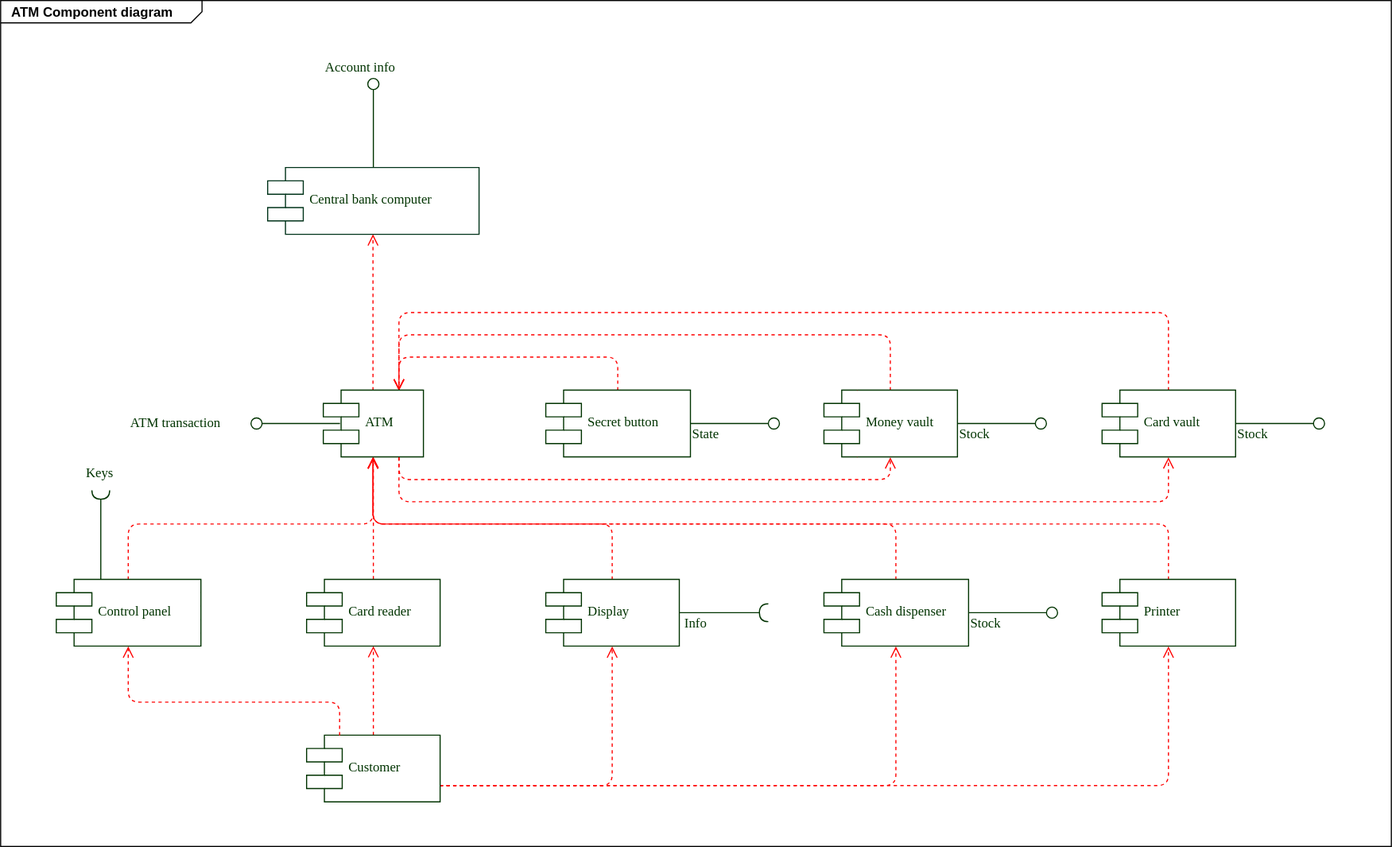
Vermillio/OOP_2_course keeps this draw.io diagram as svg/ComponentDiagram.svg. Above is the earlier version. Source tidied: cells renumbered, new cells last; positions are measured from the earlier drawing's top-left corner, leaving out a move shared by most shapes. Its diagram source:
```xml
<mxGraphModel>
  <root>
    <mxCell id="0" style="html=1;" />
    <mxCell id="1" style="html=1;" parent="0" />
    <mxCell id="2" value="&lt;p style=&quot;margin: 0px ; margin-top: 4px ; margin-left: 10px ; text-align: left&quot;&gt;&lt;b&gt;ATM Component diagram&lt;/b&gt;&lt;/p&gt;" style="html=1;strokeWidth=1;shape=mxgraph.sysml.package;html=1;overflow=fill;whiteSpace=wrap;fillColor=none;gradientColor=none;fontSize=12;align=center;labelX=181.17;" parent="1" vertex="1">
      <mxGeometry width="1250" height="760" as="geometry" />
    </mxCell>
    <mxCell id="3" style="edgeStyle=orthogonalEdgeStyle;html=1;labelBackgroundColor=none;endArrow=open;endSize=8;strokeColor=#ff0000;fontFamily=Verdana;fontSize=12;align=left;fontColor=#003300;exitX=0.5;exitY=0;dashed=1;" parent="1" edge="1" source="12" target="19">
      <mxGeometry relative="1" as="geometry">
        <Array as="points">
          <mxPoint x="335" y="190" />
        </Array>
      </mxGeometry>
    </mxCell>
    <mxCell id="4" style="edgeStyle=orthogonalEdgeStyle;html=1;labelBackgroundColor=none;endArrow=open;endSize=8;strokeColor=#FF0000;fontFamily=Verdana;fontSize=12;align=left;fontColor=#003300;dashed=1;" parent="1" edge="1" source="14" target="12">
      <mxGeometry relative="1" as="geometry" />
    </mxCell>
    <mxCell id="5" style="edgeStyle=orthogonalEdgeStyle;html=1;exitX=0.5;exitY=0;labelBackgroundColor=none;endArrow=open;endSize=8;strokeColor=#ff0000;fontFamily=Verdana;fontSize=12;align=left;entryX=0.5;entryY=1;fontColor=#003300;dashed=1;" parent="1" edge="1" source="20" target="12">
      <mxGeometry relative="1" as="geometry">
        <Array as="points">
          <mxPoint x="550" y="470" />
          <mxPoint x="335" y="470" />
        </Array>
      </mxGeometry>
    </mxCell>
    <mxCell id="6" style="edgeStyle=orthogonalEdgeStyle;html=1;labelBackgroundColor=none;endArrow=open;endSize=8;strokeColor=#FF0000;fontFamily=Verdana;fontSize=12;fontColor=#003300;align=left;entryX=0.5;entryY=1;exitX=0.5;exitY=0;dashed=1;" parent="1" edge="1" source="28" target="12">
      <mxGeometry relative="1" as="geometry">
        <Array as="points">
          <mxPoint x="115" y="470" />
          <mxPoint x="335" y="470" />
        </Array>
      </mxGeometry>
    </mxCell>
    <mxCell id="7" style="edgeStyle=orthogonalEdgeStyle;html=1;exitX=0.5;exitY=0;labelBackgroundColor=none;endArrow=open;endSize=8;strokeColor=#FF0000;fontFamily=Verdana;fontSize=12;fontColor=#003300;align=left;dashed=1;entryX=0.75;entryY=0;" parent="1" edge="1" source="30" target="12">
      <mxGeometry relative="1" as="geometry">
        <Array as="points">
          <mxPoint x="800" y="300" />
          <mxPoint x="358" y="300" />
        </Array>
      </mxGeometry>
    </mxCell>
    <mxCell id="8" style="edgeStyle=orthogonalEdgeStyle;html=1;exitX=0.5;exitY=0;labelBackgroundColor=none;endArrow=open;endSize=8;strokeColor=#FF0000;fontFamily=Verdana;fontSize=12;fontColor=#003300;align=left;dashed=1;entryX=0.75;entryY=0;" parent="1" edge="1" source="32" target="12">
      <mxGeometry relative="1" as="geometry">
        <Array as="points">
          <mxPoint x="1050" y="280" />
          <mxPoint x="358" y="280" />
        </Array>
      </mxGeometry>
    </mxCell>
    <mxCell id="9" style="edgeStyle=orthogonalEdgeStyle;html=1;exitX=0.5;exitY=0;entryX=0.5;entryY=1;labelBackgroundColor=none;endArrow=open;endSize=8;strokeColor=#FF0000;fontFamily=Verdana;fontSize=12;fontColor=#003300;align=left;dashed=1;" parent="1" edge="1" source="21" target="12">
      <mxGeometry relative="1" as="geometry">
        <Array as="points">
          <mxPoint x="805" y="470" />
          <mxPoint x="335" y="470" />
        </Array>
      </mxGeometry>
    </mxCell>
    <mxCell id="10" style="edgeStyle=orthogonalEdgeStyle;html=1;exitX=0.5;exitY=0;entryX=0.5;entryY=1;labelBackgroundColor=none;endArrow=open;endSize=8;strokeColor=#FF0000;fontFamily=Verdana;fontSize=12;fontColor=#003300;align=left;dashed=1;" parent="1" edge="1" source="33" target="12">
      <mxGeometry relative="1" as="geometry">
        <Array as="points">
          <mxPoint x="1050" y="470" />
          <mxPoint x="335" y="470" />
        </Array>
      </mxGeometry>
    </mxCell>
    <mxCell id="11" style="edgeStyle=orthogonalEdgeStyle;html=1;exitX=0.5;exitY=0;labelBackgroundColor=none;endArrow=open;endSize=8;strokeColor=#FF0000;fontFamily=Verdana;fontSize=12;fontColor=#003300;align=left;dashed=1;entryX=0.75;entryY=0;" parent="1" edge="1" source="34" target="12">
      <mxGeometry relative="1" as="geometry">
        <Array as="points">
          <mxPoint x="555" y="320" />
          <mxPoint x="358" y="320" />
        </Array>
      </mxGeometry>
    </mxCell>
    <mxCell id="12" value="ATM" style="shape=component;align=left;spacingLeft=36;fontFamily=Verdana;fontSize=12;strokeColor=#003300;fontColor=#003300;" parent="1" vertex="1">
      <mxGeometry x="290" y="350" width="90" height="60" as="geometry" />
    </mxCell>
    <mxCell id="13" style="edgeStyle=orthogonalEdgeStyle;html=1;labelBackgroundColor=none;endArrow=open;endSize=8;strokeColor=#ff0000;fontFamily=Verdana;fontSize=12;align=left;fontColor=#003300;dashed=1;" parent="1" edge="1" source="18" target="14">
      <mxGeometry relative="1" as="geometry" />
    </mxCell>
    <mxCell id="14" value="Card reader" style="shape=component;align=left;spacingLeft=36;fontFamily=Verdana;fontSize=12;strokeColor=#003300;fontColor=#003300;" parent="1" vertex="1">
      <mxGeometry x="275" y="520" width="120" height="60" as="geometry" />
    </mxCell>
    <mxCell id="15" style="edgeStyle=orthogonalEdgeStyle;html=1;entryX=0.5;entryY=1;labelBackgroundColor=none;endArrow=open;endSize=8;strokeColor=#ff0000;fontFamily=Verdana;fontSize=12;align=left;fontColor=#003300;exitX=1;exitY=0.75;dashed=1;" parent="1" edge="1" source="18" target="20">
      <mxGeometry relative="1" as="geometry" />
    </mxCell>
    <mxCell id="16" style="edgeStyle=orthogonalEdgeStyle;html=1;exitX=1;exitY=0.75;entryX=0.5;entryY=1;labelBackgroundColor=none;endArrow=open;endSize=8;strokeColor=#ff0000;fontFamily=Verdana;fontSize=12;align=left;fontColor=#003300;dashed=1;" parent="1" edge="1" source="18" target="21">
      <mxGeometry relative="1" as="geometry" />
    </mxCell>
    <mxCell id="17" style="edgeStyle=orthogonalEdgeStyle;html=1;exitX=1;exitY=0.75;entryX=0.5;entryY=1;labelBackgroundColor=none;endArrow=open;endSize=8;strokeColor=#FF0000;fontFamily=Verdana;fontSize=12;fontColor=#003300;align=left;dashed=1;" parent="1" edge="1" source="18" target="33">
      <mxGeometry relative="1" as="geometry" />
    </mxCell>
    <mxCell id="18" value="Customer" style="shape=component;align=left;spacingLeft=36;fontFamily=Verdana;fontSize=12;strokeColor=#003300;fontColor=#003300;" parent="1" vertex="1">
      <mxGeometry x="275" y="660" width="120" height="60" as="geometry" />
    </mxCell>
    <mxCell id="19" value="Central bank computer" style="shape=component;align=left;spacingLeft=36;fontFamily=Verdana;fontSize=12;strokeColor=#00331A;fontColor=#003300;" parent="1" vertex="1">
      <mxGeometry x="240" y="150" width="190" height="60" as="geometry" />
    </mxCell>
    <mxCell id="20" value="Display" style="shape=component;align=left;spacingLeft=36;fontFamily=Verdana;fontSize=12;strokeColor=#003300;fontColor=#003300;" parent="1" vertex="1">
      <mxGeometry x="490" y="520" width="120" height="60" as="geometry" />
    </mxCell>
    <mxCell id="21" value="Cash dispenser" style="shape=component;align=left;spacingLeft=36;fontFamily=Verdana;fontSize=12;strokeColor=#003300;fontColor=#003300;" parent="1" vertex="1">
      <mxGeometry x="740" y="520" width="130" height="60" as="geometry" />
    </mxCell>
    <mxCell id="22" style="shape=lollipop;direction=north;html=1;strokeColor=#003300;fontFamily=Verdana;fontColor=#003300;align=left;" parent="1" vertex="1">
      <mxGeometry x="225" y="375" width="80" height="10" as="geometry" />
    </mxCell>
    <mxCell id="23" style="shape=lollipop;direction=east;html=1;strokeColor=#003300;fontFamily=Verdana;fontColor=#003300;align=left;" parent="1" vertex="1">
      <mxGeometry x="330" y="70" width="10" height="80" as="geometry" />
    </mxCell>
    <mxCell id="24" value="ATM transaction" style="text;html=1;align=left;verticalAlign=top;spacingTop=-4;fontFamily=Verdana;fontColor=#003300;" parent="1" vertex="1">
      <mxGeometry x="115" y="370" width="110" height="20" as="geometry" />
    </mxCell>
    <mxCell id="25" value="Account info" style="text;html=1;align=left;verticalAlign=top;spacingTop=-4;fontFamily=Verdana;fontColor=#003300;" parent="1" vertex="1">
      <mxGeometry x="290" y="50" width="90" height="20" as="geometry" />
    </mxCell>
    <mxCell id="26" style="shape=lollipop;direction=south;html=1;strokeColor=#003300;fontFamily=Verdana;fontColor=#003300;align=left;" parent="1" vertex="1">
      <mxGeometry x="870" y="545" width="80" height="10" as="geometry" />
    </mxCell>
    <mxCell id="27" style="edgeStyle=orthogonalEdgeStyle;html=1;exitX=0.25;exitY=0;entryX=0.5;entryY=1;labelBackgroundColor=none;endArrow=open;endSize=8;strokeColor=#FF0000;fontFamily=Verdana;fontSize=12;fontColor=#003300;align=left;dashed=1;" parent="1" edge="1" source="18" target="28">
      <mxGeometry relative="1" as="geometry">
        <Array as="points">
          <mxPoint x="305" y="630" />
          <mxPoint x="115" y="630" />
        </Array>
      </mxGeometry>
    </mxCell>
    <mxCell id="28" value="Control panel" style="shape=component;align=left;spacingLeft=36;fontFamily=Verdana;fontSize=12;strokeColor=#003300;fontColor=#003300;" parent="1" vertex="1">
      <mxGeometry x="50" y="520" width="130" height="60" as="geometry" />
    </mxCell>
    <mxCell id="29" style="edgeStyle=orthogonalEdgeStyle;html=1;exitX=0.75;exitY=1;labelBackgroundColor=none;endArrow=open;endSize=8;strokeColor=#FF0000;fontFamily=Verdana;fontSize=12;fontColor=#003300;align=left;entryX=0.5;entryY=1;dashed=1;" parent="1" edge="1" source="12" target="30">
      <mxGeometry relative="1" as="geometry">
        <Array as="points">
          <mxPoint x="358" y="430" />
          <mxPoint x="800" y="430" />
        </Array>
      </mxGeometry>
    </mxCell>
    <mxCell id="30" value="Money vault" style="shape=component;align=left;spacingLeft=36;fontFamily=Verdana;fontSize=12;strokeColor=#003300;fontColor=#003300;" parent="1" vertex="1">
      <mxGeometry x="740" y="350" width="120" height="60" as="geometry" />
    </mxCell>
    <mxCell id="31" style="edgeStyle=orthogonalEdgeStyle;html=1;exitX=0.75;exitY=1;entryX=0.5;entryY=1;labelBackgroundColor=none;endArrow=open;endSize=8;strokeColor=#FF0000;fontFamily=Verdana;fontSize=12;fontColor=#003300;align=left;dashed=1;" parent="1" edge="1" source="12" target="32">
      <mxGeometry relative="1" as="geometry">
        <Array as="points">
          <mxPoint x="358" y="450" />
          <mxPoint x="1050" y="450" />
        </Array>
      </mxGeometry>
    </mxCell>
    <mxCell id="32" value="Card vault" style="shape=component;align=left;spacingLeft=36;fontFamily=Verdana;fontSize=12;strokeColor=#003300;fontColor=#003300;" parent="1" vertex="1">
      <mxGeometry x="990" y="350" width="120" height="60" as="geometry" />
    </mxCell>
    <mxCell id="33" value="Printer" style="shape=component;align=left;spacingLeft=36;fontFamily=Verdana;fontSize=12;strokeColor=#003300;fontColor=#003300;" parent="1" vertex="1">
      <mxGeometry x="990" y="520" width="120" height="60" as="geometry" />
    </mxCell>
    <mxCell id="34" value="Secret button" style="shape=component;align=left;spacingLeft=36;fontFamily=Verdana;fontSize=12;strokeColor=#003300;fontColor=#003300;" parent="1" vertex="1">
      <mxGeometry x="490" y="350" width="130" height="60" as="geometry" />
    </mxCell>
    <mxCell id="35" style="edgeStyle=orthogonalEdgeStyle;html=1;exitX=0.25;exitY=0;entryX=0.25;entryY=0;labelBackgroundColor=none;endArrow=open;endSize=8;strokeColor=#FF0000;fontFamily=Verdana;fontSize=12;fontColor=#003300;align=left;dashed=1;" parent="1" edge="1" source="30" target="30">
      <mxGeometry relative="1" as="geometry" />
    </mxCell>
    <mxCell id="36" style="edgeStyle=orthogonalEdgeStyle;html=1;exitX=0.25;exitY=1;entryX=0.25;entryY=1;labelBackgroundColor=none;endArrow=open;endSize=8;strokeColor=#FF0000;fontFamily=Verdana;fontSize=12;fontColor=#003300;align=left;dashed=1;" parent="1" edge="1" source="30" target="30">
      <mxGeometry relative="1" as="geometry" />
    </mxCell>
    <mxCell id="37" style="edgeStyle=orthogonalEdgeStyle;html=1;exitX=1;exitY=0.5;entryX=1;entryY=0.5;labelBackgroundColor=none;endArrow=open;endSize=8;strokeColor=#FF0000;fontFamily=Verdana;fontSize=12;fontColor=#003300;align=left;" parent="1" edge="1" source="12" target="12">
      <mxGeometry relative="1" as="geometry" />
    </mxCell>
    <mxCell id="38" value="Stock" style="text;html=1;align=left;verticalAlign=top;spacingTop=-4;fontFamily=Verdana;fontColor=#003300;" parent="1" vertex="1">
      <mxGeometry x="870" y="550" width="50" height="20" as="geometry" />
    </mxCell>
    <mxCell id="39" style="shape=requires;direction=east;html=1;strokeColor=#003300;fontFamily=Verdana;fontColor=#003300;align=left;" parent="1" vertex="1">
      <mxGeometry x="80" y="435" width="20" height="85" as="geometry" />
    </mxCell>
    <mxCell id="40" value="Keys" style="text;html=1;align=left;verticalAlign=top;spacingTop=-4;fontFamily=Verdana;fontColor=#003300;dashed=1;" parent="1" vertex="1">
      <mxGeometry x="75" y="415" width="40" height="20" as="geometry" />
    </mxCell>
    <mxCell id="41" style="shape=lollipop;direction=south;html=1;strokeColor=#003300;fontFamily=Verdana;fontColor=#003300;align=left;" parent="1" vertex="1">
      <mxGeometry x="860" y="375" width="80" height="10" as="geometry" />
    </mxCell>
    <mxCell id="42" value="Stock" style="text;html=1;align=left;verticalAlign=top;spacingTop=-4;fontFamily=Verdana;fontColor=#003300;" parent="1" vertex="1">
      <mxGeometry x="860" y="380" width="50" height="20" as="geometry" />
    </mxCell>
    <mxCell id="43" style="shape=lollipop;direction=south;html=1;strokeColor=#003300;fontFamily=Verdana;fontColor=#003300;align=left;" parent="1" vertex="1">
      <mxGeometry x="1110" y="375" width="80" height="10" as="geometry" />
    </mxCell>
    <mxCell id="44" value="Stock" style="text;html=1;align=left;verticalAlign=top;spacingTop=-4;fontFamily=Verdana;fontColor=#003300;" parent="1" vertex="1">
      <mxGeometry x="1110" y="380" width="50" height="20" as="geometry" />
    </mxCell>
    <mxCell id="45" style="shape=lollipop;direction=south;html=1;strokeColor=#003300;fontFamily=Verdana;fontColor=#003300;align=left;" parent="1" vertex="1">
      <mxGeometry x="620" y="375" width="80" height="10" as="geometry" />
    </mxCell>
    <mxCell id="46" value="State" style="text;html=1;align=left;verticalAlign=top;spacingTop=-4;fontFamily=Verdana;fontColor=#003300;" parent="1" vertex="1">
      <mxGeometry x="620" y="380" width="50" height="20" as="geometry" />
    </mxCell>
    <mxCell id="47" style="shape=requires;direction=south;html=1;strokeColor=#003300;fontFamily=Verdana;fontColor=#003300;align=left;" parent="1" vertex="1">
      <mxGeometry x="610" y="540" width="85" height="20" as="geometry" />
    </mxCell>
    <mxCell id="48" value="Info" style="text;html=1;align=left;verticalAlign=top;spacingTop=-4;fontFamily=Verdana;fontColor=#003300;" parent="1" vertex="1">
      <mxGeometry x="612.5" y="550" width="40" height="20" as="geometry" />
    </mxCell>
  </root>
</mxGraphModel>
```
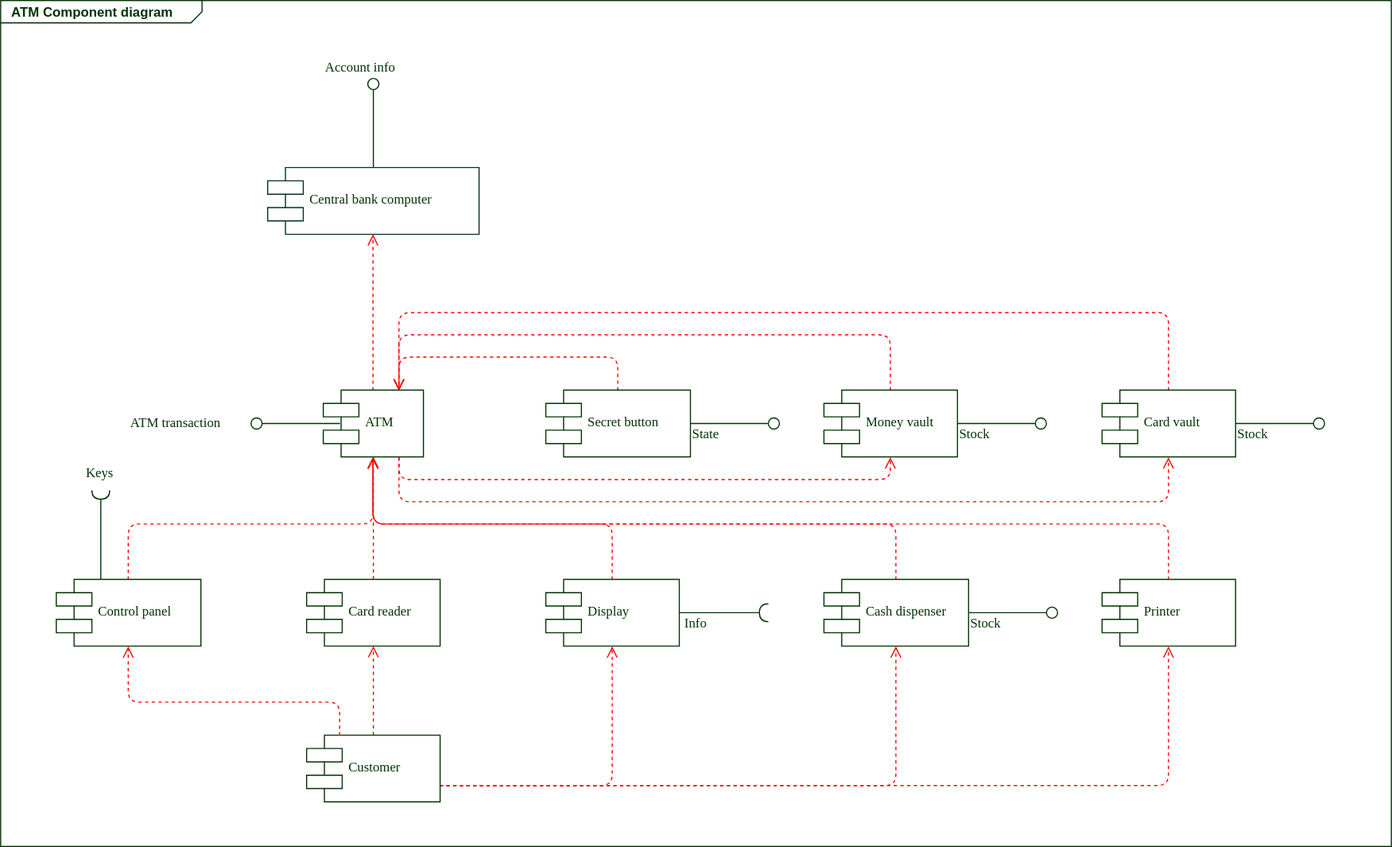
After the change.

Change to the diagram source:
```diff
@@ -2,7 +2,7 @@
   <root>
     <mxCell id="0" style="html=1;" />
     <mxCell id="1" style="html=1;" parent="0" />
-    <mxCell id="2" value="&lt;p style=&quot;margin: 0px ; margin-top: 4px ; margin-left: 10px ; text-align: left&quot;&gt;&lt;b&gt;ATM Component diagram&lt;/b&gt;&lt;/p&gt;" style="html=1;strokeWidth=1;shape=mxgraph.sysml.package;html=1;overflow=fill;whiteSpace=wrap;fillColor=none;gradientColor=none;fontSize=12;align=center;labelX=181.17;" parent="1" vertex="1">
+    <mxCell id="2" value="&lt;p style=&quot;margin: 0px ; margin-top: 4px ; margin-left: 10px ; text-align: left&quot;&gt;&lt;b&gt;&lt;font color=&quot;#003300&quot;&gt;ATM Component diagram&lt;/font&gt;&lt;/b&gt;&lt;/p&gt;" style="html=1;strokeWidth=1;shape=mxgraph.sysml.package;html=1;overflow=fill;whiteSpace=wrap;fillColor=none;gradientColor=none;fontSize=12;align=center;labelX=181.17;strokeColor=#003300;" parent="1" vertex="1">
       <mxGeometry width="1250" height="760" as="geometry" />
     </mxCell>
     <mxCell id="3" style="edgeStyle=orthogonalEdgeStyle;html=1;labelBackgroundColor=none;endArrow=open;endSize=8;strokeColor=#ff0000;fontFamily=Verdana;fontSize=12;align=left;fontColor=#003300;exitX=0.5;exitY=0;dashed=1;" parent="1" edge="1" source="12" target="19">
```
